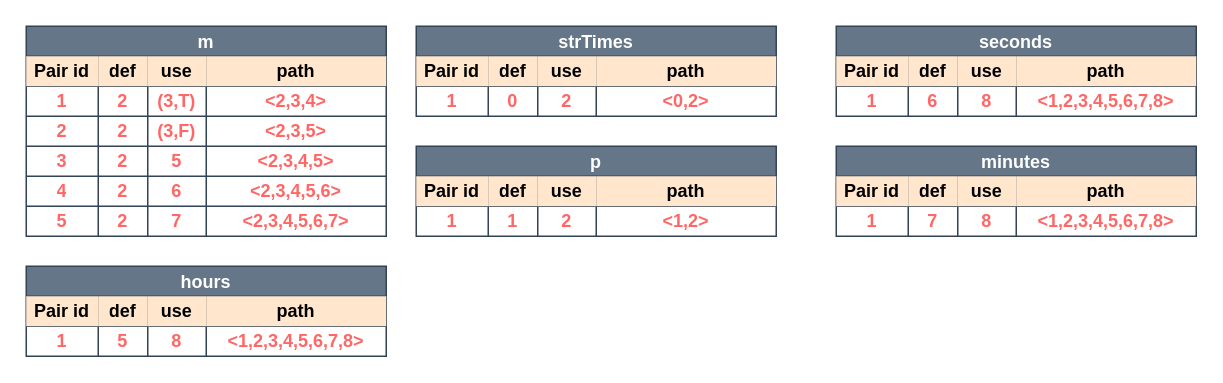
This is page "All-uses" (3 of 6) of docs/08_assignment/figures/parseSeconds.drawio from Jumaruba/jtimesched, a draw.io file, before an edit. Source tidied: cells renumbered, new cells numbered last; positions are measured from the earlier drawing's top-left corner, leaving out a move shared by most shapes. Both pictures are drawn from the tidied source at 150%, with x=0, y=0 at pixel (26, 26).
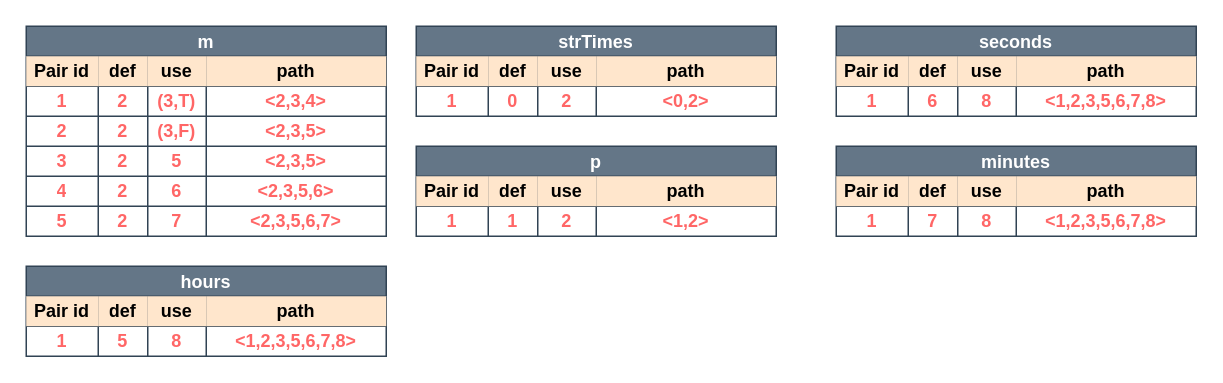
After the change.

Unchanged cells that the change refers to:
```xml
<mxCell id="18" style="shape=partialRectangle;html=1;whiteSpace=wrap;fillColor=none;top=0;left=0;bottom=0;right=0;labelBackgroundColor=none;fontSize=12;" parent="2" vertex="1">
  <mxGeometry y="80" width="240" height="20" as="geometry" />
</mxCell>
<mxCell id="23" style="shape=partialRectangle;html=1;whiteSpace=wrap;fillColor=none;top=0;left=0;bottom=0;right=0;labelBackgroundColor=none;fontSize=12;" parent="2" vertex="1">
  <mxGeometry y="100" width="240" height="20" as="geometry" />
</mxCell>
<mxCell id="28" style="shape=partialRectangle;html=1;whiteSpace=wrap;fillColor=none;top=0;left=0;bottom=0;right=0;labelBackgroundColor=none;fontSize=12;" parent="2" vertex="1">
  <mxGeometry y="120" width="240" height="20" as="geometry" />
</mxCell>
<mxCell id="39" style="shape=partialRectangle;html=1;whiteSpace=wrap;fillColor=none;top=0;left=0;bottom=0;right=0;labelBackgroundColor=none;fontSize=12;" parent="33" vertex="1">
  <mxGeometry y="40" width="240" height="20" as="geometry" />
</mxCell>
<mxCell id="50" style="shape=partialRectangle;html=1;whiteSpace=wrap;fillColor=none;top=0;left=0;bottom=0;right=0;labelBackgroundColor=none;fontSize=12;" parent="44" vertex="1">
  <mxGeometry y="40" width="240" height="20" as="geometry" />
</mxCell>
<mxCell id="61" style="shape=partialRectangle;html=1;whiteSpace=wrap;fillColor=none;top=0;left=0;bottom=0;right=0;labelBackgroundColor=none;fontSize=12;" parent="55" vertex="1">
  <mxGeometry y="40" width="240" height="20" as="geometry" />
</mxCell>
```

Diff of the diagram source:
```diff
@@
-    <mxCell id="22" value="&amp;lt;2,3,4,5&amp;gt;" style="shape=partialRectangle;html=1;whiteSpace=wrap;fillColor=none;top=0;left=0;bottom=0;right=0;overflow=hidden;labelBackgroundColor=none;fontSize=12;fontColor=#FF6666;fontStyle=1;" parent="18" vertex="1">
+    <mxCell id="22" value="&amp;lt;2,3,5&amp;gt;" style="shape=partialRectangle;html=1;whiteSpace=wrap;fillColor=none;top=0;left=0;bottom=0;right=0;overflow=hidden;labelBackgroundColor=none;fontSize=12;fontColor=#FF6666;fontStyle=1;" parent="18" vertex="1">
       <mxGeometry x="120" width="120" height="20" as="geometry" />
     </mxCell>
@@
-    <mxCell id="27" value="&amp;lt;2,3,4,5,6&amp;gt;" style="shape=partialRectangle;html=1;whiteSpace=wrap;fillColor=none;top=0;left=0;bottom=0;right=0;overflow=hidden;labelBackgroundColor=none;fontSize=12;fontColor=#FF6666;fontStyle=1;" parent="23" vertex="1">
+    <mxCell id="27" value="&amp;lt;2,3,5,6&amp;gt;" style="shape=partialRectangle;html=1;whiteSpace=wrap;fillColor=none;top=0;left=0;bottom=0;right=0;overflow=hidden;labelBackgroundColor=none;fontSize=12;fontColor=#FF6666;fontStyle=1;" parent="23" vertex="1">
       <mxGeometry x="120" width="120" height="20" as="geometry" />
     </mxCell>
@@
-    <mxCell id="32" value="&amp;lt;2,3,4,5,6,7&amp;gt;" style="shape=partialRectangle;html=1;whiteSpace=wrap;fillColor=none;top=0;left=0;bottom=0;right=0;overflow=hidden;labelBackgroundColor=none;fontSize=12;fontColor=#FF6666;fontStyle=1;" parent="28" vertex="1">
+    <mxCell id="32" value="&amp;lt;2,3,5,6,7&amp;gt;" style="shape=partialRectangle;html=1;whiteSpace=wrap;fillColor=none;top=0;left=0;bottom=0;right=0;overflow=hidden;labelBackgroundColor=none;fontSize=12;fontColor=#FF6666;fontStyle=1;" parent="28" vertex="1">
       <mxGeometry x="120" width="120" height="20" as="geometry" />
     </mxCell>
@@
-    <mxCell id="43" value="&amp;lt;1,2,3,4,5,6,7,8&amp;gt;" style="shape=partialRectangle;html=1;whiteSpace=wrap;fillColor=none;top=0;left=0;bottom=0;right=0;overflow=hidden;labelBackgroundColor=none;fontSize=12;fontStyle=1;fontColor=#FF6666;" parent="39" vertex="1">
+    <mxCell id="43" value="&amp;lt;1,2,3,5,6,7,8&amp;gt;" style="shape=partialRectangle;html=1;whiteSpace=wrap;fillColor=none;top=0;left=0;bottom=0;right=0;overflow=hidden;labelBackgroundColor=none;fontSize=12;fontStyle=1;fontColor=#FF6666;" parent="39" vertex="1">
       <mxGeometry x="120" width="120" height="20" as="geometry" />
     </mxCell>
@@
-    <mxCell id="54" value="&amp;lt;1,2,3,4,5,6,7,8&amp;gt;" style="shape=partialRectangle;html=1;whiteSpace=wrap;fillColor=none;top=0;left=0;bottom=0;right=0;overflow=hidden;labelBackgroundColor=none;fontSize=12;fontColor=#FF6666;fontStyle=1;" parent="50" vertex="1">
+    <mxCell id="54" value="&amp;lt;1,2,3,5,6,7,8&amp;gt;" style="shape=partialRectangle;html=1;whiteSpace=wrap;fillColor=none;top=0;left=0;bottom=0;right=0;overflow=hidden;labelBackgroundColor=none;fontSize=12;fontColor=#FF6666;fontStyle=1;" parent="50" vertex="1">
       <mxGeometry x="120" width="120" height="20" as="geometry" />
     </mxCell>
@@
-    <mxCell id="65" value="&amp;lt;1,2,3,4,5,6,7,8&amp;gt;" style="shape=partialRectangle;html=1;whiteSpace=wrap;fillColor=none;top=0;left=0;bottom=0;right=0;overflow=hidden;labelBackgroundColor=none;fontSize=12;fontColor=#FF6666;fontStyle=1;" parent="61" vertex="1">
+    <mxCell id="65" value="&amp;lt;1,2,3,5,6,7,8&amp;gt;" style="shape=partialRectangle;html=1;whiteSpace=wrap;fillColor=none;top=0;left=0;bottom=0;right=0;overflow=hidden;labelBackgroundColor=none;fontSize=12;fontColor=#FF6666;fontStyle=1;" parent="61" vertex="1">
       <mxGeometry x="120" width="120" height="20" as="geometry" />
     </mxCell>
```
